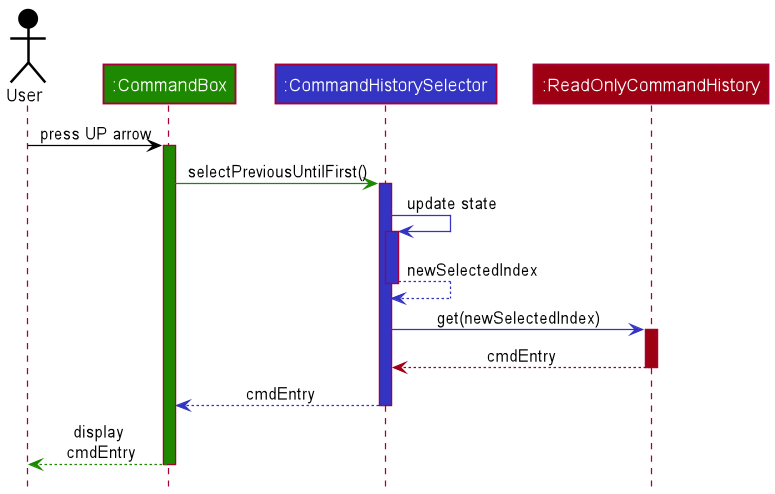
Earlier version of the PlantUML export docs/images/commandhistory/CmdHistAccessHistorySequenceDiagram.png (nus-cs2103-AY2021S2/tp).
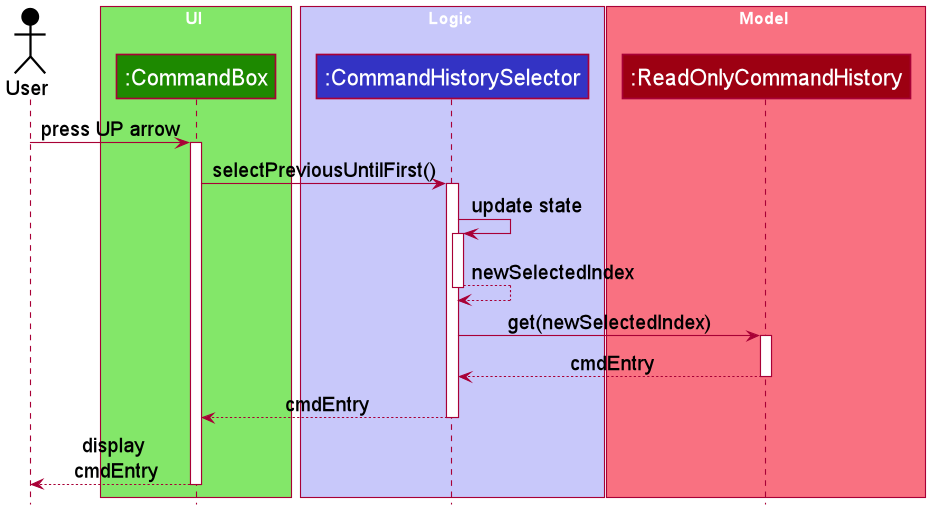
After the change.

Commit message:
Docs(DG): Re-style access cmd hist sequence diagram

Change to the diagram source:
```diff
@@ -1,33 +1,45 @@
 @startuml
 !include ../style.puml
 
+skinParam DefaultFontSize 18
+skinParam ParticipantFontSize 20
+
 Actor User as user USER_COLOR
+
+box UI UI_COLOR_T1
 Participant ":CommandBox" as ui UI_COLOR
+end box
+
+box Logic LOGIC_COLOR_T1
 Participant ":CommandHistorySelector" as selector LOGIC_COLOR
+end box
+
+box Model MODEL_COLOR_T1
 Participant ":ReadOnlyCommandHistory" as cmdHist MODEL_COLOR
+end box
 
-user -[USER_COLOR]> ui : press UP arrow
-activate ui UI_COLOR
+user -> ui : press UP arrow
+activate ui
 
-ui -[UI_COLOR]> selector : selectPreviousUntilFirst()
-activate selector LOGIC_COLOR
+ui -> selector : selectPreviousUntilFirst()
+activate selector
 
-selector -[LOGIC_COLOR]> selector : update state
-activate selector LOGIC_COLOR
+selector -> selector : update state
+activate selector
 
-selector --[LOGIC_COLOR]> selector : newSelectedIndex
+selector --> selector : newSelectedIndex
 deactivate selector
 
-selector -[LOGIC_COLOR]> cmdHist : get(newSelectedIndex)
-activate cmdHist MODEL_COLOR
+selector -> cmdHist : get(newSelectedIndex)
+activate cmdHist
 
-cmdHist --[MODEL_COLOR]> selector : cmdEntry
+cmdHist --> selector : cmdEntry
 deactivate cmdHist
 
-selector --[LOGIC_COLOR]> ui : cmdEntry
+selector --> ui : cmdEntry
 deactivate selector
 
-ui --[UI_COLOR]> user : display\n cmdEntry
-deactivate ui UI_COLOR
+ui --> user : display\n cmdEntry
+deactivate ui
 
 @enduml
```
